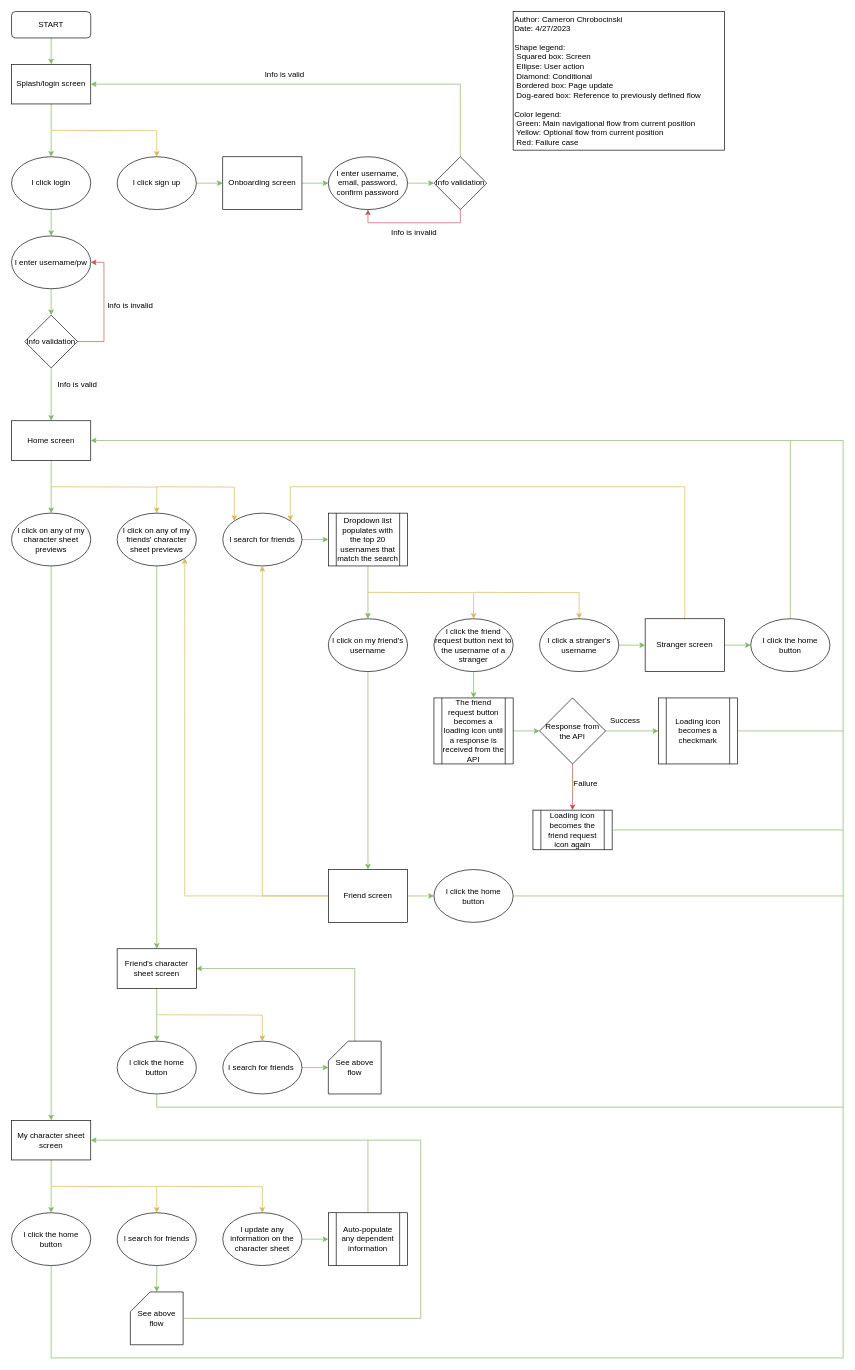
Camburgaler/dark-souls-char-sheet keeps this draw.io diagram as docs/user_flowchart.drawio. Above is the earlier version. Source tidied: cells renumbered, new cells numbered last; positions are measured from the earlier drawing's top-left corner, leaving out a move shared by most shapes. Both pictures are drawn from the tidied source at 66%, with x=0, y=0 at pixel (11, 11).
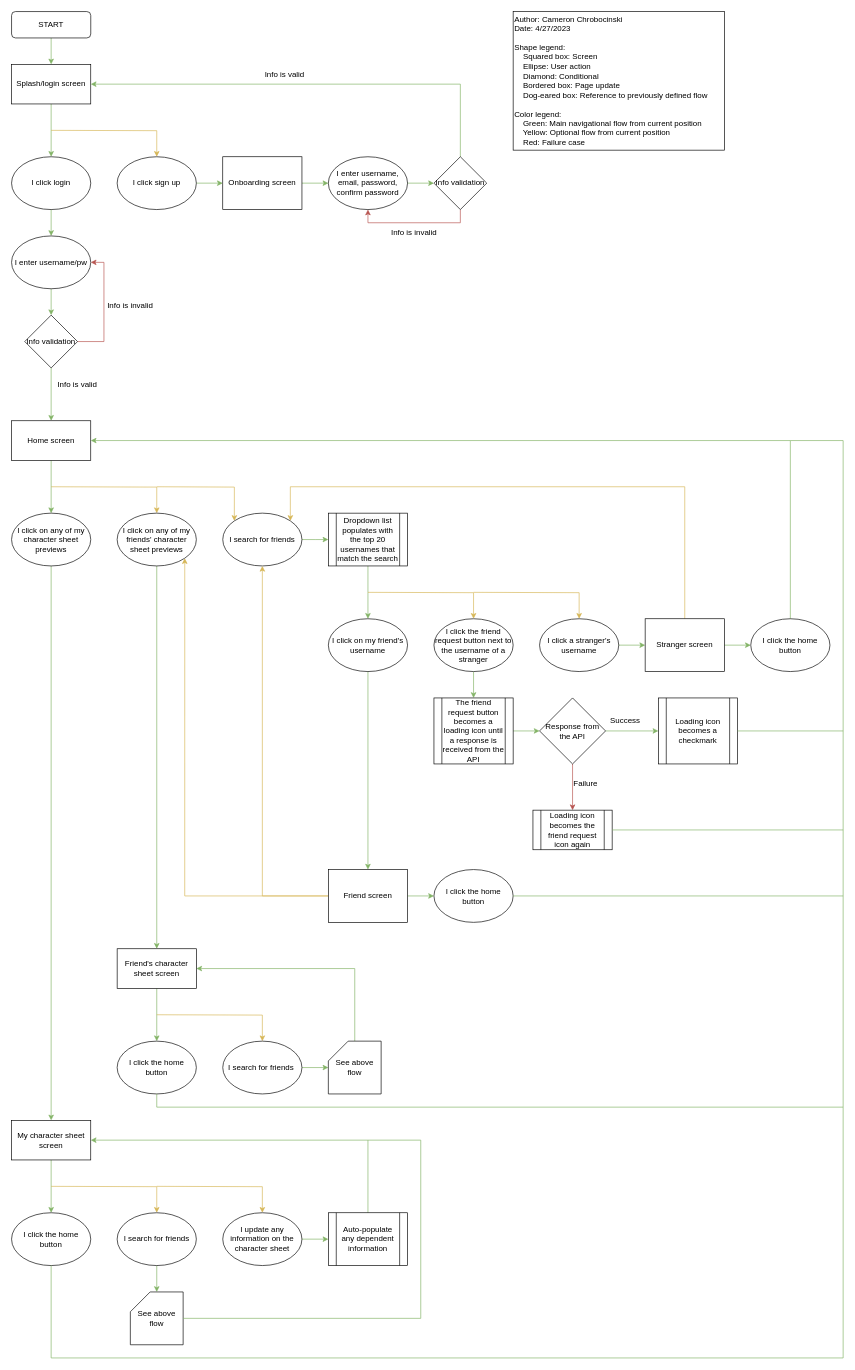
Above is the later version.

What changed in the source:
```diff
@@
-    <mxCell id="92" value="Author: Cameron Chrobocinski&lt;br&gt;Date: 4/27/2023&lt;br&gt;&lt;br&gt;Shape legend:&lt;br&gt;&lt;span style=&quot;white-space: pre;&quot;&gt; &lt;/span&gt;Squared box: Screen&lt;br&gt;&lt;span style=&quot;white-space: pre;&quot;&gt; &lt;/span&gt;Ellipse: User action&lt;br&gt;&lt;span style=&quot;white-space: pre;&quot;&gt; &lt;/span&gt;Diamond: Conditional&lt;br&gt;&lt;span style=&quot;white-space: pre;&quot;&gt; &lt;/span&gt;Bordered box: Page update&lt;br&gt;&lt;span style=&quot;white-space: pre;&quot;&gt; &lt;/span&gt;Dog-eared box: Reference to previously defined flow&lt;br&gt;&lt;br&gt;Color legend:&lt;br&gt;&lt;span style=&quot;white-space: pre;&quot;&gt; &lt;/span&gt;Green: Main navigational flow from current position&lt;br&gt;&lt;span style=&quot;white-space: pre;&quot;&gt; &lt;/span&gt;Yellow: Optional flow from current position&lt;br&gt;&lt;span style=&quot;white-space: pre;&quot;&gt; &lt;/span&gt;Red: Failure case" style="rounded=0;whiteSpace=wrap;html=1;align=left;" parent="1" vertex="1">
+    <mxCell id="92" value="Author: Cameron Chrobocinski&lt;br&gt;Date: 4/27/2023&lt;br&gt;&lt;br&gt;Shape legend:&lt;br&gt;&lt;span style=&quot;white-space: pre;&quot;&gt;&amp;nbsp;   &lt;/span&gt;Squared box: Screen&lt;br&gt;&lt;span style=&quot;white-space: pre;&quot;&gt;&amp;nbsp;   &lt;/span&gt;Ellipse: User action&lt;br&gt;&lt;span style=&quot;white-space: pre;&quot;&gt;&amp;nbsp;   &lt;/span&gt;Diamond: Conditional&lt;br&gt;&lt;span style=&quot;white-space: pre;&quot;&gt;&amp;nbsp;   &lt;/span&gt;Bordered box: Page update&lt;br&gt;&lt;span style=&quot;white-space: pre;&quot;&gt;&amp;nbsp;   &lt;/span&gt;Dog-eared box: Reference to previously defined flow&lt;br&gt;&lt;br&gt;Color legend:&lt;br&gt;&lt;span style=&quot;white-space: pre;&quot;&gt;&amp;nbsp;   &lt;/span&gt;Green: Main navigational flow from current position&lt;br&gt;&lt;span style=&quot;white-space: pre;&quot;&gt;&amp;nbsp;   &lt;/span&gt;Yellow: Optional flow from current position&lt;br&gt;&lt;span style=&quot;white-space: pre;&quot;&gt;&amp;nbsp;   &lt;/span&gt;Red: Failure case" style="rounded=0;whiteSpace=wrap;html=1;align=left;" parent="1" vertex="1">
       <mxGeometry x="760" width="320" height="210" as="geometry" />
     </mxCell>
```
